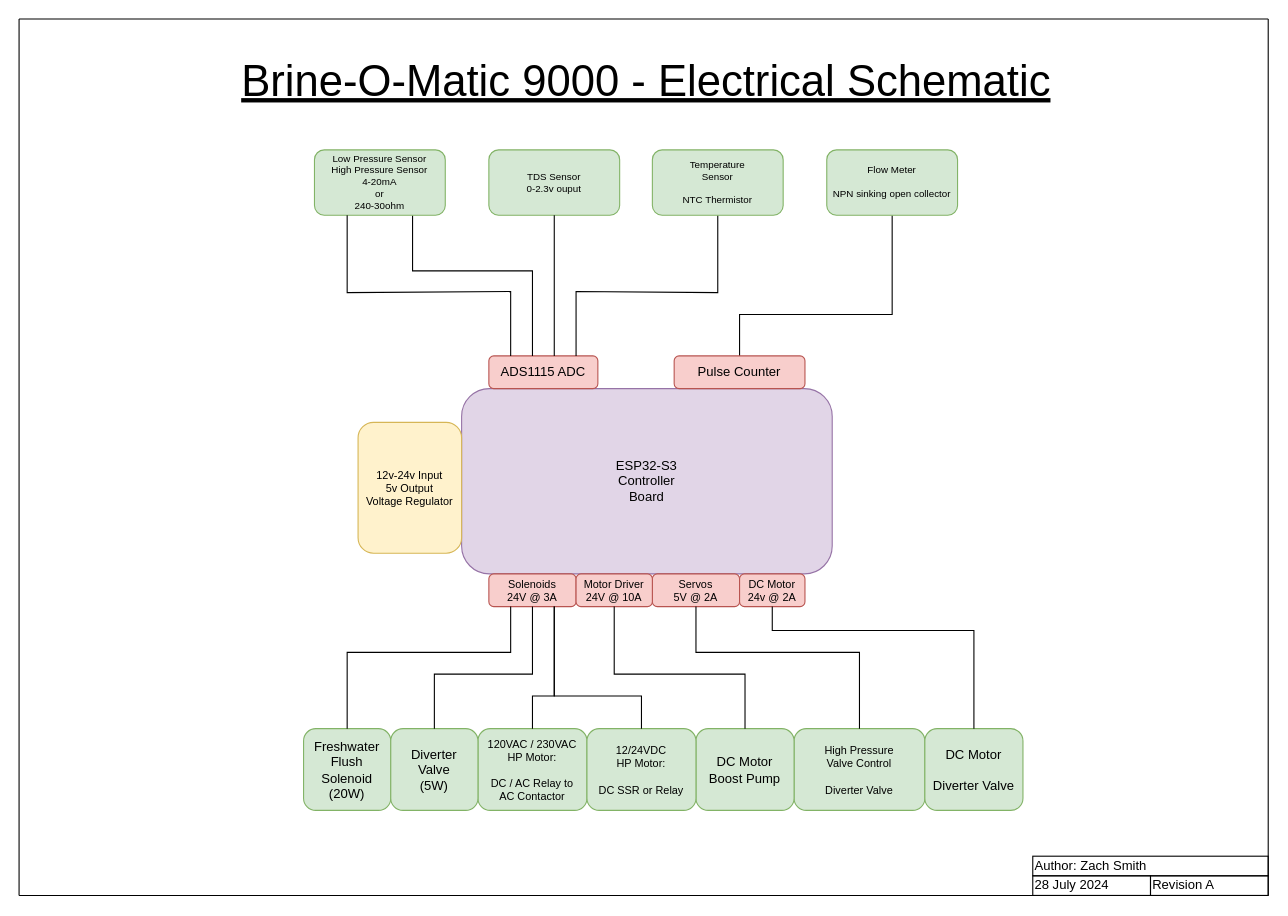
Above: page "Electrical" (2 of 5) of Brine-o-Matic 9000.drawio in hoeken/brineomatic (draw.io), before the change. Source tidied: cells renumbered, new cells numbered last; positions are measured from the earlier drawing's top-left corner, leaving out a move shared by most shapes. Both pictures are drawn from the tidied source at 109%, with x=0, y=0 at pixel (19, 19).
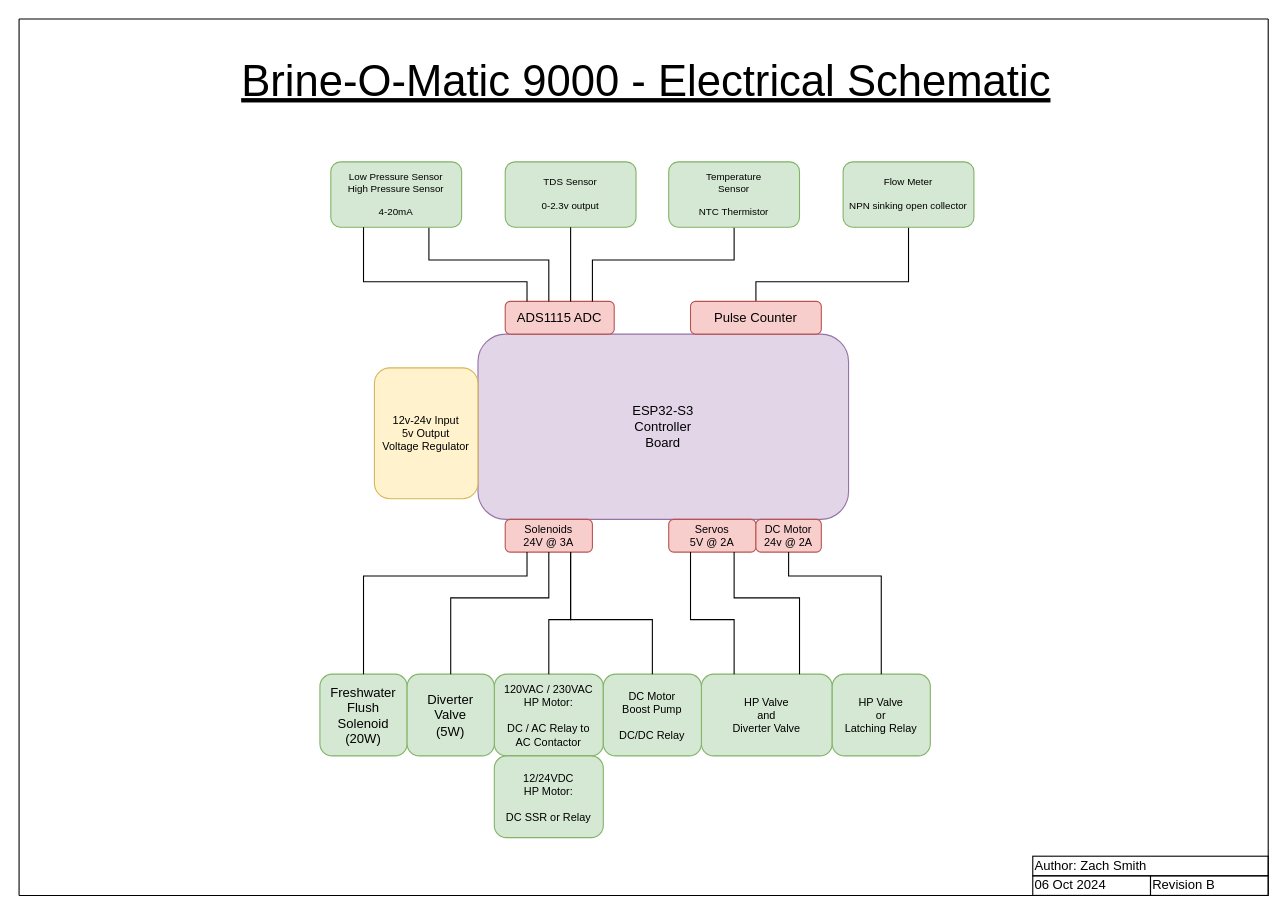
After the change.

Diff of the diagram source:
```diff
@@
     <mxCell id="2" value="ESP32-S3&lt;br&gt;Controller&lt;br&gt;Board" style="rounded=1;whiteSpace=wrap;html=1;fillColor=#e1d5e7;strokeColor=#9673a6;" parent="1" vertex="1">
-      <mxGeometry x="406" y="339" width="340" height="170" as="geometry" />
+      <mxGeometry x="421" y="289" width="340" height="170" as="geometry" />
     </mxCell>
     <mxCell id="3" value="Freshwater&lt;br style=&quot;font-size: 12px;&quot;&gt;Flush&lt;br style=&quot;font-size: 12px;&quot;&gt;Solenoid&lt;br&gt;(20W)" style="rounded=1;whiteSpace=wrap;html=1;fillColor=#d5e8d4;strokeColor=#82b366;fontSize=12;" parent="1" vertex="1">
-      <mxGeometry x="261" y="651" width="80" height="75" as="geometry" />
+      <mxGeometry x="276" y="601" width="80" height="75" as="geometry" />
     </mxCell>
     <mxCell id="4" value="120VAC / 230VAC&lt;br&gt;HP Motor:&lt;br&gt;&lt;br style=&quot;font-size: 10px;&quot;&gt;DC / AC Relay to&lt;br style=&quot;font-size: 10px;&quot;&gt;AC Contactor" style="rounded=1;whiteSpace=wrap;html=1;fillColor=#d5e8d4;strokeColor=#82b366;fontSize=10;" parent="1" vertex="1">
-      <mxGeometry x="421" y="651" width="100" height="75" as="geometry" />
+      <mxGeometry x="436" y="601" width="100" height="75" as="geometry" />
     </mxCell>
-    <mxCell id="5" value="High Pressure&lt;br style=&quot;font-size: 10px;&quot;&gt;Valve Control&lt;br&gt;&lt;br&gt;Diverter Valve" style="rounded=1;whiteSpace=wrap;html=1;fillColor=#d5e8d4;strokeColor=#82b366;fontSize=10;" parent="1" vertex="1">
-      <mxGeometry x="711" y="651" width="120" height="75" as="geometry" />
+    <mxCell id="5" value="HP Valve&lt;br&gt;and&lt;br&gt;Diverter Valve" style="rounded=1;whiteSpace=wrap;html=1;fillColor=#d5e8d4;strokeColor=#82b366;fontSize=10;" parent="1" vertex="1">
+      <mxGeometry x="626" y="601" width="120" height="75" as="geometry" />
     </mxCell>
-    <mxCell id="6" value="TDS Sensor&lt;br&gt;0-2.3v ouput" style="rounded=1;whiteSpace=wrap;html=1;fillColor=#d5e8d4;strokeColor=#82b366;fontSize=9;" parent="1" vertex="1">
-      <mxGeometry x="431" y="120" width="120" height="60" as="geometry" />
+    <mxCell id="6" value="TDS Sensor&lt;br&gt;&lt;br&gt;0-2.3v output" style="rounded=1;whiteSpace=wrap;html=1;fillColor=#d5e8d4;strokeColor=#82b366;fontSize=9;" parent="1" vertex="1">
+      <mxGeometry x="446" y="131" width="120" height="60" as="geometry" />
     </mxCell>
     <mxCell id="7" value="Diverter&lt;br&gt;Valve&lt;br&gt;(5W)" style="rounded=1;whiteSpace=wrap;html=1;fillColor=#d5e8d4;strokeColor=#82b366;" parent="1" vertex="1">
-      <mxGeometry x="341" y="651" width="80" height="75" as="geometry" />
+      <mxGeometry x="356" y="601" width="80" height="75" as="geometry" />
     </mxCell>
     <mxCell id="8" value="ADS1115 ADC" style="rounded=1;whiteSpace=wrap;html=1;fillColor=#f8cecc;strokeColor=#b85450;points=[[0,0,0,0,0],[0,0.23,0,0,0],[0,0.5,0,0,0],[0,0.77,0,0,0],[0,1,0,0,0],[0.2,0,0,0,0],[0.25,1,0,0,0],[0.4,0,0,0,0],[0.5,1,0,0,0],[0.6,0,0,0,0],[0.75,1,0,0,0],[0.8,0,0,0,0],[1,0,0,0,0],[1,0.27,0,0,0],[1,0.5,0,0,0],[1,0.77,0,0,0],[1,1,0,0,0]];" parent="1" vertex="1">
-      <mxGeometry x="431" y="309" width="100" height="30" as="geometry" />
+      <mxGeometry x="446" y="259" width="100" height="30" as="geometry" />
     </mxCell>
-    <mxCell id="9" style="endArrow=none;html=1;rounded=0;entryX=0.5;entryY=1;entryDx=0;entryDy=0;exitX=0.6;exitY=0;exitDx=0;exitDy=0;exitPerimeter=0;" parent="1" edge="1" source="8" target="6">
+    <mxCell id="9" style="endArrow=none;html=1;rounded=0;entryX=0.5;entryY=1;entryDx=0;entryDy=0;exitX=0.6;exitY=0;exitDx=0;exitDy=0;exitPerimeter=0;edgeStyle=orthogonalEdgeStyle;" parent="1" edge="1" source="8" target="6">
       <mxGeometry relative="1" as="geometry" />
     </mxCell>
-    <mxCell id="10" style="endArrow=none;html=1;rounded=0;entryX=0.5;entryY=1;entryDx=0;entryDy=0;exitX=0.8;exitY=0;exitDx=0;exitDy=0;exitPerimeter=0;" parent="1" edge="1" source="8" target="36">
+    <mxCell id="10" style="endArrow=none;html=1;rounded=0;entryX=0.5;entryY=1;entryDx=0;entryDy=0;exitX=0.8;exitY=0;exitDx=0;exitDy=0;exitPerimeter=0;edgeStyle=orthogonalEdgeStyle;" parent="1" edge="1" source="8" target="36">
       <mxGeometry relative="1" as="geometry">
         <Array as="points">
-          <mxPoint x="511" y="250" />
-          <mxPoint x="641" y="251" />
+          <mxPoint x="526" y="221" />
+          <mxPoint x="656" y="221" />
         </Array>
       </mxGeometry>
     </mxCell>
-    <mxCell id="11" style="endArrow=none;html=1;rounded=0;entryX=0.5;entryY=1;entryDx=0;entryDy=0;exitX=0.5;exitY=0;exitDx=0;exitDy=0;" parent="1" edge="1" source="12" target="37">
+    <mxCell id="11" style="endArrow=none;html=1;rounded=0;entryX=0.5;entryY=1;entryDx=0;entryDy=0;exitX=0.5;exitY=0;exitDx=0;exitDy=0;edgeStyle=orthogonalEdgeStyle;" parent="1" edge="1" source="12" target="37">
       <mxGeometry relative="1" as="geometry">
         <Array as="points">
-          <mxPoint x="661" y="271" />
-          <mxPoint x="801" y="271" />
+          <mxPoint x="676" y="241" />
+          <mxPoint x="816" y="241" />
         </Array>
       </mxGeometry>
     </mxCell>
     <mxCell id="12" value="Pulse Counter" style="rounded=1;whiteSpace=wrap;html=1;fillColor=#f8cecc;strokeColor=#b85450;" parent="1" vertex="1">
-      <mxGeometry x="601" y="309" width="120" height="30" as="geometry" />
+      <mxGeometry x="616" y="259" width="120" height="30" as="geometry" />
     </mxCell>
-    <mxCell id="13" style="endArrow=none;html=1;rounded=0;entryX=0.75;entryY=1;entryDx=0;entryDy=0;exitX=0.4;exitY=0;exitDx=0;exitDy=0;exitPerimeter=0;" parent="1" edge="1" source="8" target="21">
+    <mxCell id="13" style="endArrow=none;html=1;rounded=0;entryX=0.75;entryY=1;entryDx=0;entryDy=0;exitX=0.4;exitY=0;exitDx=0;exitDy=0;exitPerimeter=0;edgeStyle=orthogonalEdgeStyle;" parent="1" edge="1" source="8" target="21">
       <mxGeometry relative="1" as="geometry">
         <Array as="points">
-          <mxPoint x="471" y="231" />
-          <mxPoint x="361" y="231" />
+          <mxPoint x="486" y="221" />
+          <mxPoint x="376" y="221" />
         </Array>
       </mxGeometry>
     </mxCell>
     <mxCell id="14" value="Solenoids&lt;br style=&quot;font-size: 10px;&quot;&gt;24V @ 3A" style="rounded=1;whiteSpace=wrap;html=1;fillColor=#f8cecc;strokeColor=#b85450;points=[[0,0,0,0,0],[0,0.23,0,0,0],[0,0.5,0,0,0],[0,0.77,0,0,0],[0,1,0,0,0],[0.2,0,0,0,0],[0.25,1,0,0,0],[0.4,0,0,0,0],[0.5,1,0,0,0],[0.6,0,0,0,0],[0.75,1,0,0,0],[0.8,0,0,0,0],[1,0,0,0,0],[1,0.27,0,0,0],[1,0.5,0,0,0],[1,0.77,0,0,0],[1,1,0,0,0]];fontSize=10;" parent="1" vertex="1">
-      <mxGeometry x="431" y="509" width="80" height="30" as="geometry" />
+      <mxGeometry x="446" y="459" width="80" height="30" as="geometry" />
     </mxCell>
     <mxCell id="15" style="endArrow=none;html=1;rounded=0;fontSize=10;exitX=0.5;exitY=0;exitDx=0;exitDy=0;entryX=0.25;entryY=1;entryDx=0;entryDy=0;entryPerimeter=0;edgeStyle=orthogonalEdgeStyle;" parent="1" edge="1" source="3" target="14">
       <mxGeometry relative="1" as="geometry">
         <Array as="points">
-          <mxPoint x="301" y="581" />
-          <mxPoint x="451" y="581" />
+          <mxPoint x="316" y="511" />
+          <mxPoint x="466" y="511" />
         </Array>
       </mxGeometry>
     </mxCell>
     <mxCell id="16" style="endArrow=none;html=1;rounded=0;fontSize=10;exitX=0.5;exitY=0;exitDx=0;exitDy=0;entryX=0.5;entryY=1;entryDx=0;entryDy=0;entryPerimeter=0;edgeStyle=orthogonalEdgeStyle;" parent="1" edge="1" source="7" target="14">
       <mxGeometry relative="1" as="geometry">
         <Array as="points">
-          <mxPoint x="381" y="601" />
-          <mxPoint x="471" y="601" />
+          <mxPoint x="396" y="531" />
+          <mxPoint x="486" y="531" />
         </Array>
       </mxGeometry>
     </mxCell>
     <mxCell id="17" style="endArrow=none;html=1;rounded=0;fontSize=10;exitX=0.75;exitY=1;exitDx=0;exitDy=0;exitPerimeter=0;entryX=0.5;entryY=0;entryDx=0;entryDy=0;edgeStyle=orthogonalEdgeStyle;" parent="1" edge="1" source="14" target="4">
       <mxGeometry relative="1" as="geometry">
         <Array as="points">
-          <mxPoint x="491" y="621" />
-          <mxPoint x="471" y="621" />
+          <mxPoint x="506" y="551" />
+          <mxPoint x="486" y="551" />
         </Array>
       </mxGeometry>
     </mxCell>
     <mxCell id="18" value="Servos&lt;br&gt;5V @ 2A" style="rounded=1;whiteSpace=wrap;html=1;fillColor=#f8cecc;strokeColor=#b85450;points=[[0,0,0,0,0],[0,0.23,0,0,0],[0,0.5,0,0,0],[0,0.77,0,0,0],[0,1,0,0,0],[0.2,0,0,0,0],[0.25,1,0,0,0],[0.4,0,0,0,0],[0.5,1,0,0,0],[0.6,0,0,0,0],[0.75,1,0,0,0],[0.8,0,0,0,0],[1,0,0,0,0],[1,0.27,0,0,0],[1,0.5,0,0,0],[1,0.77,0,0,0],[1,1,0,0,0]];fontSize=10;" parent="1" vertex="1">
-      <mxGeometry x="581" y="509" width="80" height="30" as="geometry" />
+      <mxGeometry x="596" y="459" width="80" height="30" as="geometry" />
     </mxCell>
-    <mxCell id="19" style="endArrow=none;html=1;rounded=0;fontSize=10;exitX=0.5;exitY=1;exitDx=0;exitDy=0;exitPerimeter=0;entryX=0.5;entryY=0;entryDx=0;entryDy=0;edgeStyle=orthogonalEdgeStyle;" parent="1" edge="1" source="18" target="5">
+    <mxCell id="19" style="endArrow=none;html=1;rounded=0;fontSize=10;entryX=0.25;entryY=0;entryDx=0;entryDy=0;edgeStyle=orthogonalEdgeStyle;exitX=0.25;exitY=1;exitDx=0;exitDy=0;exitPerimeter=0;" parent="1" edge="1" source="18" target="5">
       <mxGeometry relative="1" as="geometry">
         <Array as="points">
-          <mxPoint x="621" y="581" />
-          <mxPoint x="771" y="581" />
+          <mxPoint x="616" y="551" />
+          <mxPoint x="656" y="551" />
         </Array>
       </mxGeometry>
     </mxCell>
     <mxCell id="20" value="12v-24v Input&lt;br&gt;5v Output&lt;br&gt;Voltage Regulator" style="rounded=1;whiteSpace=wrap;html=1;fontSize=10;fillColor=#fff2cc;strokeColor=#d6b656;" parent="1" vertex="1">
-      <mxGeometry x="311" y="370" width="95" height="120" as="geometry" />
+      <mxGeometry x="326" y="320" width="95" height="120" as="geometry" />
     </mxCell>
-    <mxCell id="21" value="Low Pressure Sensor&lt;br&gt;High Pressure Sensor&lt;br&gt;4-20mA&lt;br&gt;or&lt;br&gt;240-30ohm" style="rounded=1;whiteSpace=wrap;html=1;fillColor=#d5e8d4;strokeColor=#82b366;fontSize=9;" parent="1" vertex="1">
-      <mxGeometry x="271" y="120" width="120" height="60" as="geometry" />
+    <mxCell id="21" value="Low Pressure Sensor&lt;br&gt;High Pressure Sensor&lt;br&gt;&lt;br&gt;4-20mA" style="rounded=1;whiteSpace=wrap;html=1;fillColor=#d5e8d4;strokeColor=#82b366;fontSize=9;" parent="1" vertex="1">
+      <mxGeometry x="286" y="131" width="120" height="60" as="geometry" />
     </mxCell>
-    <mxCell id="22" style="endArrow=none;html=1;rounded=0;entryX=0.25;entryY=1;entryDx=0;entryDy=0;exitX=0.2;exitY=0;exitDx=0;exitDy=0;exitPerimeter=0;" parent="1" edge="1" source="8" target="21">
+    <mxCell id="22" style="endArrow=none;html=1;rounded=0;entryX=0.25;entryY=1;entryDx=0;entryDy=0;exitX=0.2;exitY=0;exitDx=0;exitDy=0;exitPerimeter=0;edgeStyle=orthogonalEdgeStyle;" parent="1" edge="1" source="8" target="21">
       <mxGeometry relative="1" as="geometry">
         <Array as="points">
-          <mxPoint x="451" y="250" />
-          <mxPoint x="301" y="251" />
+          <mxPoint x="466" y="241" />
+          <mxPoint x="316" y="241" />
         </Array>
       </mxGeometry>
     </mxCell>
@@
-    <mxCell id="25" value="Revision A" style="rounded=0;whiteSpace=wrap;html=1;fillColor=none;align=left;" parent="1" vertex="1">
+    <mxCell id="25" value="Revision B" style="rounded=0;whiteSpace=wrap;html=1;fillColor=none;align=left;" parent="1" vertex="1">
       <mxGeometry x="1038" y="786" width="108" height="18" as="geometry" />
     </mxCell>
-    <mxCell id="26" value="28 July 2024" style="rounded=0;whiteSpace=wrap;html=1;fillColor=none;align=left;" parent="1" vertex="1">
+    <mxCell id="26" value="06 Oct 2024" style="rounded=0;whiteSpace=wrap;html=1;fillColor=none;align=left;" parent="1" vertex="1">
       <mxGeometry x="930" y="786" width="108" height="18" as="geometry" />
     </mxCell>
@@
-    <mxCell id="31" value="DC Motor&lt;br&gt;Boost Pump" style="rounded=1;whiteSpace=wrap;html=1;fillColor=#d5e8d4;strokeColor=#82b366;" parent="1" vertex="1">
-      <mxGeometry x="621" y="651" width="90" height="75" as="geometry" />
+    <mxCell id="31" value="DC Motor&lt;br style=&quot;font-size: 10px;&quot;&gt;Boost Pump&lt;br style=&quot;font-size: 10px;&quot;&gt;&lt;br style=&quot;font-size: 10px;&quot;&gt;DC/DC Relay" style="rounded=1;whiteSpace=wrap;html=1;fillColor=#d5e8d4;strokeColor=#82b366;fontSize=10;" parent="1" vertex="1">
+      <mxGeometry x="536" y="601" width="90" height="75" as="geometry" />
     </mxCell>
-    <mxCell id="32" value="Motor Driver&lt;br&gt;24V @ 10A" style="rounded=1;whiteSpace=wrap;html=1;fillColor=#f8cecc;strokeColor=#b85450;points=[[0,0,0,0,0],[0,0.23,0,0,0],[0,0.5,0,0,0],[0,0.77,0,0,0],[0,1,0,0,0],[0.2,0,0,0,0],[0.25,1,0,0,0],[0.4,0,0,0,0],[0.5,1,0,0,0],[0.6,0,0,0,0],[0.75,1,0,0,0],[0.8,0,0,0,0],[1,0,0,0,0],[1,0.27,0,0,0],[1,0.5,0,0,0],[1,0.77,0,0,0],[1,1,0,0,0]];fontSize=10;" parent="1" vertex="1">
-      <mxGeometry x="511" y="509" width="70" height="30" as="geometry" />
-    </mxCell>
-    <mxCell id="33" style="endArrow=none;html=1;rounded=0;fontSize=10;exitX=0.5;exitY=1;exitDx=0;exitDy=0;exitPerimeter=0;entryX=0.5;entryY=0;entryDx=0;entryDy=0;edgeStyle=orthogonalEdgeStyle;" parent="1" edge="1" source="32" target="31">
+    <mxCell id="33" style="endArrow=none;html=1;rounded=0;fontSize=10;exitX=0.75;exitY=1;exitDx=0;exitDy=0;exitPerimeter=0;entryX=0.5;entryY=0;entryDx=0;entryDy=0;edgeStyle=orthogonalEdgeStyle;" parent="1" edge="1" source="14" target="31">
       <mxGeometry relative="1" as="geometry">
         <Array as="points">
-          <mxPoint x="546" y="601" />
-          <mxPoint x="666" y="601" />
+          <mxPoint x="506" y="551" />
+          <mxPoint x="581" y="551" />
         </Array>
       </mxGeometry>
     </mxCell>
     <mxCell id="34" value="12/24VDC&lt;br&gt;HP Motor:&lt;br&gt;&lt;br style=&quot;font-size: 10px;&quot;&gt;DC SSR or Relay" style="rounded=1;whiteSpace=wrap;html=1;fillColor=#d5e8d4;strokeColor=#82b366;fontSize=10;" parent="1" vertex="1">
-      <mxGeometry x="521" y="651" width="100" height="75" as="geometry" />
+      <mxGeometry x="436" y="676" width="100" height="75" as="geometry" />
     </mxCell>
-    <mxCell id="35" style="endArrow=none;html=1;rounded=0;fontSize=10;entryX=0.5;entryY=0;entryDx=0;entryDy=0;exitX=0.75;exitY=1;exitDx=0;exitDy=0;exitPerimeter=0;edgeStyle=orthogonalEdgeStyle;" parent="1" edge="1" source="14" target="34">
-      <mxGeometry relative="1" as="geometry">
-        <Array as="points">
-          <mxPoint x="491" y="621" />
-          <mxPoint x="571" y="621" />
-        </Array>
-      </mxGeometry>
-    </mxCell>
     <mxCell id="36" value="Temperature&lt;br&gt;Sensor&lt;br&gt;&lt;br&gt;NTC Thermistor" style="rounded=1;whiteSpace=wrap;html=1;fillColor=#d5e8d4;strokeColor=#82b366;fontSize=9;" parent="1" vertex="1">
-      <mxGeometry x="581" y="120" width="120" height="60" as="geometry" />
+      <mxGeometry x="596" y="131" width="120" height="60" as="geometry" />
     </mxCell>
     <mxCell id="37" value="Flow Meter&lt;br&gt;&lt;br&gt;NPN sinking open collector" style="rounded=1;whiteSpace=wrap;html=1;fillColor=#d5e8d4;strokeColor=#82b366;fontSize=9;" parent="1" vertex="1">
-      <mxGeometry x="741" y="120" width="120" height="60" as="geometry" />
+      <mxGeometry x="756" y="131" width="120" height="60" as="geometry" />
     </mxCell>
-    <mxCell id="38" value="DC Motor&lt;br&gt;&lt;br&gt;Diverter Valve" style="rounded=1;whiteSpace=wrap;html=1;fillColor=#d5e8d4;strokeColor=#82b366;" parent="1" vertex="1">
-      <mxGeometry x="831" y="651" width="90" height="75" as="geometry" />
+    <mxCell id="38" value="HP Valve&lt;br style=&quot;font-size: 10px;&quot;&gt;or&lt;br style=&quot;font-size: 10px;&quot;&gt;Latching Relay" style="rounded=1;whiteSpace=wrap;html=1;fillColor=#d5e8d4;strokeColor=#82b366;fontSize=10;" parent="1" vertex="1">
+      <mxGeometry x="746" y="601" width="90" height="75" as="geometry" />
     </mxCell>
     <mxCell id="39" value="DC Motor&lt;br&gt;24v @ 2A" style="rounded=1;whiteSpace=wrap;html=1;fillColor=#f8cecc;strokeColor=#b85450;points=[[0,0,0,0,0],[0,0.23,0,0,0],[0,0.5,0,0,0],[0,0.77,0,0,0],[0,1,0,0,0],[0.2,0,0,0,0],[0.25,1,0,0,0],[0.4,0,0,0,0],[0.5,1,0,0,0],[0.6,0,0,0,0],[0.75,1,0,0,0],[0.8,0,0,0,0],[1,0,0,0,0],[1,0.27,0,0,0],[1,0.5,0,0,0],[1,0.77,0,0,0],[1,1,0,0,0]];fontSize=10;" parent="1" vertex="1">
-      <mxGeometry x="661" y="509" width="60" height="30" as="geometry" />
+      <mxGeometry x="676" y="459" width="60" height="30" as="geometry" />
     </mxCell>
     <mxCell id="40" style="endArrow=none;html=1;rounded=0;fontSize=10;exitX=0.5;exitY=1;exitDx=0;exitDy=0;exitPerimeter=0;entryX=0.5;entryY=0;entryDx=0;entryDy=0;edgeStyle=orthogonalEdgeStyle;" parent="1" edge="1" source="39" target="38">
       <mxGeometry relative="1" as="geometry">
         <Array as="points">
-          <mxPoint x="691" y="561" />
-          <mxPoint x="876" y="561" />
+          <mxPoint x="706" y="511" />
+          <mxPoint x="791" y="511" />
         </Array>
       </mxGeometry>
     </mxCell>
+    <mxCell id="41" style="endArrow=none;html=1;rounded=0;fontSize=10;entryX=0.75;entryY=0;entryDx=0;entryDy=0;edgeStyle=orthogonalEdgeStyle;exitX=0.75;exitY=1;exitDx=0;exitDy=0;exitPerimeter=0;" parent="1" edge="1" source="18" target="5">
+      <mxGeometry relative="1" as="geometry">
+        <Array as="points">
+          <mxPoint x="656" y="531" />
+          <mxPoint x="716" y="531" />
+        </Array>
+      </mxGeometry>
+    </mxCell>
```
